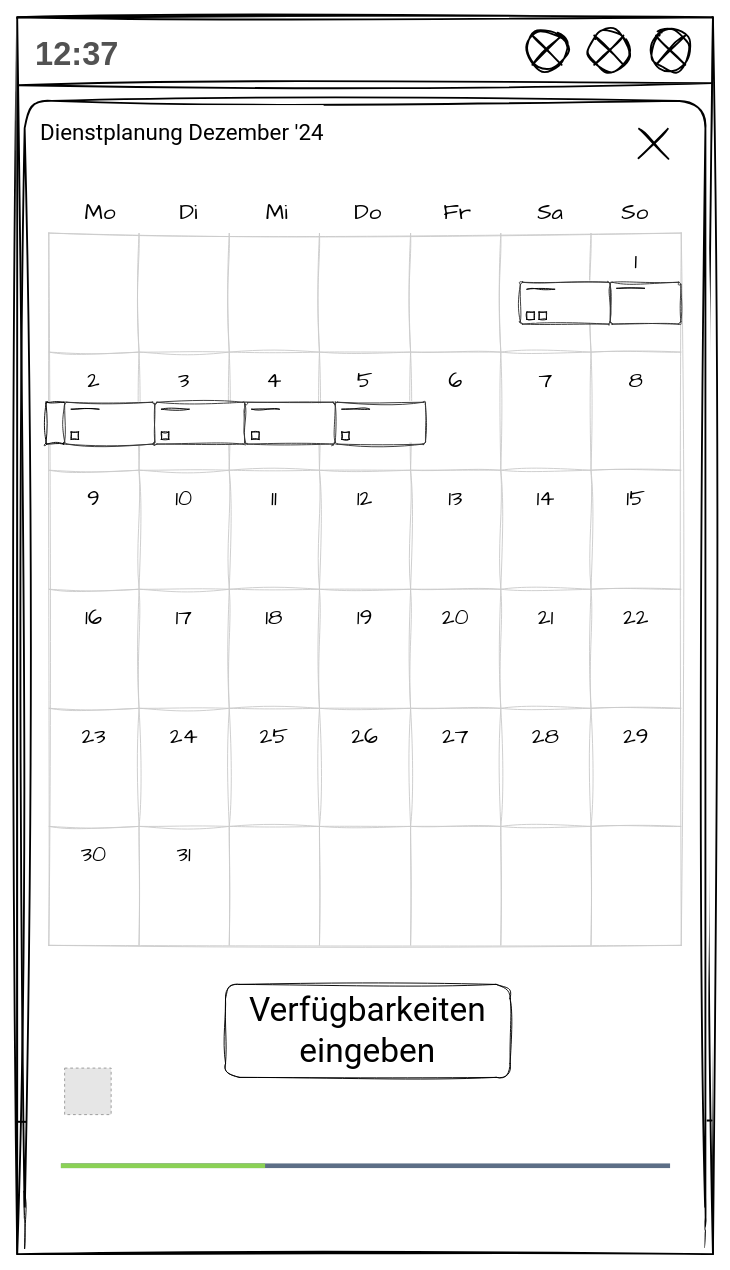
Before: page "Kopie von DienstplanErstellen3a" (6 of 10) of 5_Pitch/Mockup_UserFlow_CreateWorkSchedule.drawio in annikalenneper/praxisprojekt_mi_bachelor_SoSe24, a draw.io diagram. Source tidied: cells renumbered, new cells numbered last; positions are measured from the earlier drawing's top-left corner, leaving out a move shared by most shapes. Both pictures are drawn from the tidied source at 93%, with x=0, y=0 at pixel (17, 17). Pictures stored in the file or linked from it are replaced by grey dashed boxes.
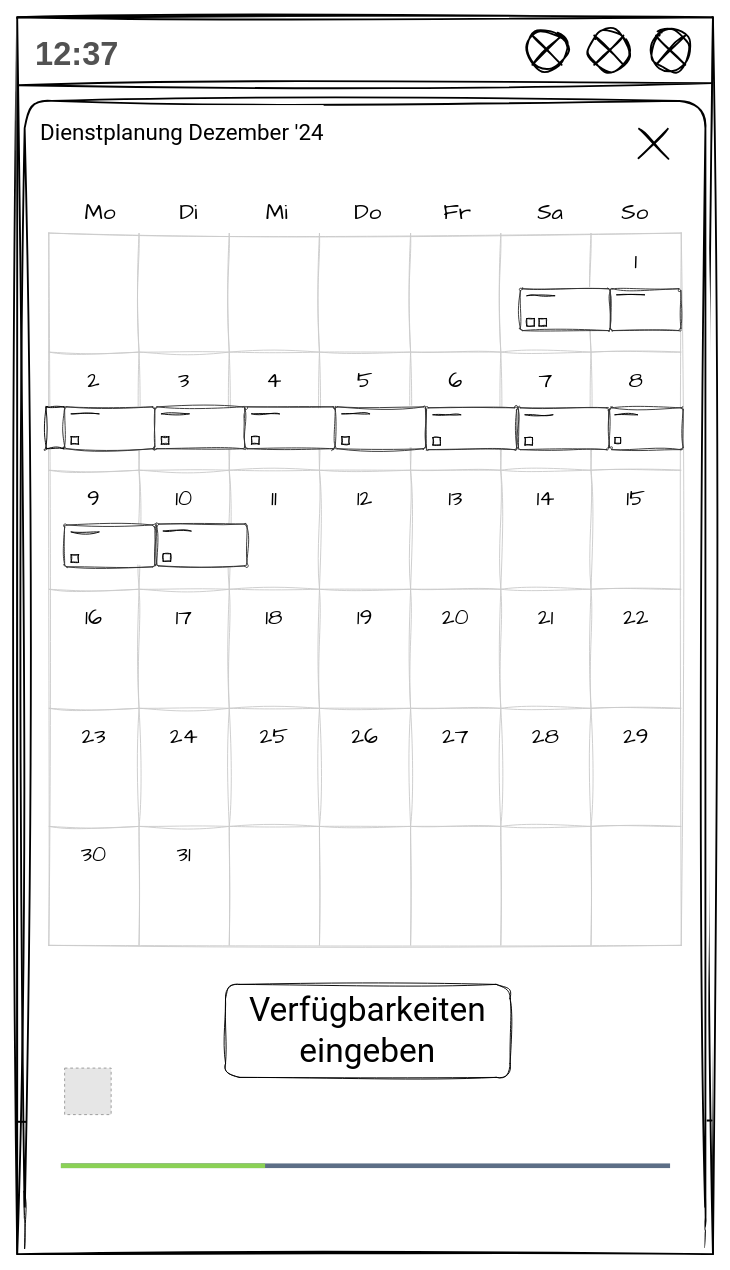
The same diagram, later.

The edit, as a diff of the source:
```diff
@@
     <mxCell id="94" style="rounded=1;whiteSpace=wrap;html=1;arcSize=5;sketch=1;curveFitting=1;jiggle=2;strokeColor=#333333;" parent="1" vertex="1">
-      <mxGeometry x="541" y="285" width="97" height="45" as="geometry" />
+      <mxGeometry x="541" y="292" width="97" height="45" as="geometry" />
     </mxCell>
     <mxCell id="95" style="rounded=1;whiteSpace=wrap;html=1;arcSize=5;sketch=1;curveFitting=1;jiggle=2;" parent="1" vertex="1">
-      <mxGeometry x="31" y="414" width="20" height="45" as="geometry" />
+      <mxGeometry x="31" y="419" width="20" height="45" as="geometry" />
     </mxCell>
     <mxCell id="96" style="whiteSpace=wrap;html=1;sketch=1;curveFitting=1;jiggle=2;" parent="1" vertex="1">
-      <mxGeometry x="548" y="317" width="8" height="8" as="geometry" />
+      <mxGeometry x="548" y="324" width="8" height="8" as="geometry" />
     </mxCell>
     <mxCell id="97" style="endArrow=none;html=1;rounded=0;sketch=1;curveFitting=1;jiggle=2;" parent="1" edge="1">
       <mxGeometry relative="1" as="geometry">
-        <mxPoint x="548" y="292.5" as="sourcePoint" />
-        <mxPoint x="578" y="292.5" as="targetPoint" />
+        <mxPoint x="548" y="299.5" as="sourcePoint" />
+        <mxPoint x="578" y="299.5" as="targetPoint" />
       </mxGeometry>
     </mxCell>
     <mxCell id="98" style="rounded=1;whiteSpace=wrap;html=1;arcSize=5;sketch=1;curveFitting=1;jiggle=2;strokeColor=#333333;" parent="1" vertex="1">
-      <mxGeometry x="637.6" y="285" width="76" height="45" as="geometry" />
+      <mxGeometry x="637.6" y="292" width="76" height="45" as="geometry" />
     </mxCell>
     <mxCell id="99" style="endArrow=none;html=1;rounded=0;sketch=1;curveFitting=1;jiggle=2;" parent="1" edge="1">
       <mxGeometry relative="1" as="geometry">
-        <mxPoint x="644.6" y="291.5" as="sourcePoint" />
-        <mxPoint x="674.6" y="291.5" as="targetPoint" />
+        <mxPoint x="644.6" y="298.5" as="sourcePoint" />
+        <mxPoint x="674.6" y="298.5" as="targetPoint" />
       </mxGeometry>
     </mxCell>
     <mxCell id="100" style="rounded=1;whiteSpace=wrap;html=1;arcSize=5;sketch=1;curveFitting=1;jiggle=2;strokeColor=#333333;" parent="1" vertex="1">
-      <mxGeometry x="51" y="414" width="97" height="45" as="geometry" />
+      <mxGeometry x="51" y="419" width="97" height="45" as="geometry" />
     </mxCell>
     <mxCell id="101" style="whiteSpace=wrap;html=1;sketch=1;curveFitting=1;jiggle=2;" parent="1" vertex="1">
-      <mxGeometry x="58" y="446" width="8" height="8" as="geometry" />
+      <mxGeometry x="58" y="451" width="8" height="8" as="geometry" />
     </mxCell>
     <mxCell id="102" style="endArrow=none;html=1;rounded=0;sketch=1;curveFitting=1;jiggle=2;" parent="1" edge="1">
       <mxGeometry relative="1" as="geometry">
-        <mxPoint x="58" y="421.5" as="sourcePoint" />
-        <mxPoint x="88" y="421.5" as="targetPoint" />
+        <mxPoint x="58" y="426.5" as="sourcePoint" />
+        <mxPoint x="88" y="426.5" as="targetPoint" />
       </mxGeometry>
     </mxCell>
     <mxCell id="103" style="rounded=1;whiteSpace=wrap;html=1;arcSize=5;sketch=1;curveFitting=1;jiggle=2;strokeColor=#333333;" parent="1" vertex="1">
-      <mxGeometry x="148" y="414" width="97" height="45" as="geometry" />
+      <mxGeometry x="148" y="419" width="97" height="45" as="geometry" />
     </mxCell>
     <mxCell id="104" style="whiteSpace=wrap;html=1;sketch=1;curveFitting=1;jiggle=2;" parent="1" vertex="1">
-      <mxGeometry x="155" y="446" width="8" height="8" as="geometry" />
+      <mxGeometry x="155" y="451" width="8" height="8" as="geometry" />
     </mxCell>
     <mxCell id="105" style="endArrow=none;html=1;rounded=0;sketch=1;curveFitting=1;jiggle=2;" parent="1" edge="1">
       <mxGeometry relative="1" as="geometry">
-        <mxPoint x="155" y="421.5" as="sourcePoint" />
-        <mxPoint x="185" y="421.5" as="targetPoint" />
+        <mxPoint x="155" y="426.5" as="sourcePoint" />
+        <mxPoint x="185" y="426.5" as="targetPoint" />
       </mxGeometry>
     </mxCell>
     <mxCell id="106" style="rounded=1;whiteSpace=wrap;html=1;arcSize=5;sketch=1;curveFitting=1;jiggle=2;strokeColor=#333333;" parent="1" vertex="1">
-      <mxGeometry x="245" y="414" width="97" height="45" as="geometry" />
+      <mxGeometry x="245" y="419" width="97" height="45" as="geometry" />
     </mxCell>
     <mxCell id="107" style="whiteSpace=wrap;html=1;sketch=1;curveFitting=1;jiggle=2;" parent="1" vertex="1">
-      <mxGeometry x="252" y="446" width="8" height="8" as="geometry" />
+      <mxGeometry x="252" y="451" width="8" height="8" as="geometry" />
     </mxCell>
     <mxCell id="108" style="endArrow=none;html=1;rounded=0;sketch=1;curveFitting=1;jiggle=2;" parent="1" edge="1">
       <mxGeometry relative="1" as="geometry">
-        <mxPoint x="252" y="421.5" as="sourcePoint" />
-        <mxPoint x="282" y="421.5" as="targetPoint" />
+        <mxPoint x="252" y="426.5" as="sourcePoint" />
+        <mxPoint x="282" y="426.5" as="targetPoint" />
       </mxGeometry>
     </mxCell>
+    <mxCell id="124" style="group;" parent="1" vertex="1">
+      <mxGeometry x="342" y="419" width="97" height="45" as="geometry" />
+    </mxCell>
-    <mxCell id="109" style="rounded=1;whiteSpace=wrap;html=1;arcSize=5;sketch=1;curveFitting=1;jiggle=2;strokeColor=#333333;" parent="1" vertex="1">
-      <mxGeometry x="342" y="414" width="97" height="45" as="geometry" />
+    <mxCell id="109" style="rounded=1;whiteSpace=wrap;html=1;arcSize=5;sketch=1;curveFitting=1;jiggle=2;strokeColor=#333333;" parent="124" vertex="1">
+      <mxGeometry width="97" height="45" as="geometry" />
     </mxCell>
-    <mxCell id="110" style="whiteSpace=wrap;html=1;sketch=1;curveFitting=1;jiggle=2;" parent="1" vertex="1">
-      <mxGeometry x="349" y="446" width="8" height="8" as="geometry" />
+    <mxCell id="110" style="whiteSpace=wrap;html=1;sketch=1;curveFitting=1;jiggle=2;" parent="124" vertex="1">
+      <mxGeometry x="7" y="32" width="8" height="8" as="geometry" />
     </mxCell>
-    <mxCell id="111" style="endArrow=none;html=1;rounded=0;sketch=1;curveFitting=1;jiggle=2;" parent="1" edge="1">
+    <mxCell id="111" style="endArrow=none;html=1;rounded=0;sketch=1;curveFitting=1;jiggle=2;" parent="124" edge="1">
       <mxGeometry relative="1" as="geometry">
-        <mxPoint x="349" y="421.5" as="sourcePoint" />
-        <mxPoint x="379" y="421.5" as="targetPoint" />
+        <mxPoint x="7" y="7.5" as="sourcePoint" />
+        <mxPoint x="37" y="7.5" as="targetPoint" />
       </mxGeometry>
     </mxCell>
+    <mxCell id="125" style="group;" parent="1" vertex="1">
+      <mxGeometry x="440" y="420" width="97" height="45" as="geometry" />
+    </mxCell>
+    <mxCell id="126" style="rounded=1;whiteSpace=wrap;html=1;arcSize=5;sketch=1;curveFitting=1;jiggle=2;strokeColor=#333333;" parent="125" vertex="1">
+      <mxGeometry width="97" height="45" as="geometry" />
+    </mxCell>
+    <mxCell id="127" style="whiteSpace=wrap;html=1;sketch=1;curveFitting=1;jiggle=2;" parent="125" vertex="1">
+      <mxGeometry x="7" y="32" width="8" height="8" as="geometry" />
+    </mxCell>
+    <mxCell id="128" style="endArrow=none;html=1;rounded=0;sketch=1;curveFitting=1;jiggle=2;" parent="125" edge="1">
+      <mxGeometry relative="1" as="geometry">
+        <mxPoint x="7" y="7.5" as="sourcePoint" />
+        <mxPoint x="37" y="7.5" as="targetPoint" />
+      </mxGeometry>
+    </mxCell>
+    <mxCell id="129" style="group;" parent="1" vertex="1">
+      <mxGeometry x="539" y="420" width="97" height="45" as="geometry" />
+    </mxCell>
+    <mxCell id="130" style="rounded=1;whiteSpace=wrap;html=1;arcSize=5;sketch=1;curveFitting=1;jiggle=2;strokeColor=#333333;" parent="129" vertex="1">
+      <mxGeometry width="97" height="45" as="geometry" />
+    </mxCell>
+    <mxCell id="131" style="whiteSpace=wrap;html=1;sketch=1;curveFitting=1;jiggle=2;" parent="129" vertex="1">
+      <mxGeometry x="7" y="32" width="8" height="8" as="geometry" />
+    </mxCell>
+    <mxCell id="132" style="endArrow=none;html=1;rounded=0;sketch=1;curveFitting=1;jiggle=2;" parent="129" edge="1">
+      <mxGeometry relative="1" as="geometry">
+        <mxPoint x="7" y="7.5" as="sourcePoint" />
+        <mxPoint x="37" y="7.5" as="targetPoint" />
+      </mxGeometry>
+    </mxCell>
+    <mxCell id="133" style="group;" parent="1" vertex="1">
+      <mxGeometry x="637" y="420" width="79" height="45" as="geometry" />
+    </mxCell>
+    <mxCell id="134" style="rounded=1;whiteSpace=wrap;html=1;arcSize=5;sketch=1;curveFitting=1;jiggle=2;strokeColor=#333333;" parent="133" vertex="1">
+      <mxGeometry width="79" height="45" as="geometry" />
+    </mxCell>
+    <mxCell id="135" style="whiteSpace=wrap;html=1;sketch=1;curveFitting=1;jiggle=2;" parent="133" vertex="1">
+      <mxGeometry x="5.7" y="32" width="6.1" height="6.1" as="geometry" />
+    </mxCell>
+    <mxCell id="136" style="endArrow=none;html=1;rounded=0;sketch=1;curveFitting=1;jiggle=2;" parent="133" edge="1">
+      <mxGeometry relative="1" as="geometry">
+        <mxPoint x="5.7" y="7.5" as="sourcePoint" />
+        <mxPoint x="30.1" y="7.5" as="targetPoint" />
+      </mxGeometry>
+    </mxCell>
+    <mxCell id="137" style="group;" parent="1" vertex="1">
+      <mxGeometry x="51" y="546" width="97" height="45" as="geometry" />
+    </mxCell>
+    <mxCell id="138" style="rounded=1;whiteSpace=wrap;html=1;arcSize=5;sketch=1;curveFitting=1;jiggle=2;strokeColor=#333333;" parent="137" vertex="1">
+      <mxGeometry width="97" height="45" as="geometry" />
+    </mxCell>
+    <mxCell id="139" style="whiteSpace=wrap;html=1;sketch=1;curveFitting=1;jiggle=2;" parent="137" vertex="1">
+      <mxGeometry x="7" y="32" width="8" height="8" as="geometry" />
+    </mxCell>
+    <mxCell id="140" style="endArrow=none;html=1;rounded=0;sketch=1;curveFitting=1;jiggle=2;" parent="137" edge="1">
+      <mxGeometry relative="1" as="geometry">
+        <mxPoint x="7" y="7.5" as="sourcePoint" />
+        <mxPoint x="37" y="7.5" as="targetPoint" />
+      </mxGeometry>
+    </mxCell>
+    <mxCell id="141" style="group;" parent="1" vertex="1">
+      <mxGeometry x="150" y="545" width="97" height="45" as="geometry" />
+    </mxCell>
+    <mxCell id="142" style="rounded=1;whiteSpace=wrap;html=1;arcSize=5;sketch=1;curveFitting=1;jiggle=2;strokeColor=#333333;" parent="141" vertex="1">
+      <mxGeometry width="97" height="45" as="geometry" />
+    </mxCell>
+    <mxCell id="143" style="whiteSpace=wrap;html=1;sketch=1;curveFitting=1;jiggle=2;" parent="141" vertex="1">
+      <mxGeometry x="7" y="32" width="8" height="8" as="geometry" />
+    </mxCell>
+    <mxCell id="144" style="endArrow=none;html=1;rounded=0;sketch=1;curveFitting=1;jiggle=2;" parent="141" edge="1">
+      <mxGeometry relative="1" as="geometry">
+        <mxPoint x="7" y="7.5" as="sourcePoint" />
+        <mxPoint x="37" y="7.5" as="targetPoint" />
+      </mxGeometry>
+    </mxCell>
@@
     <mxCell id="114" style="whiteSpace=wrap;html=1;sketch=1;curveFitting=1;jiggle=2;" parent="112" vertex="1">
-      <mxGeometry x="561.1" y="317" width="8" height="8" as="geometry" />
+      <mxGeometry x="561.1" y="324" width="8" height="8" as="geometry" />
     </mxCell>
```
